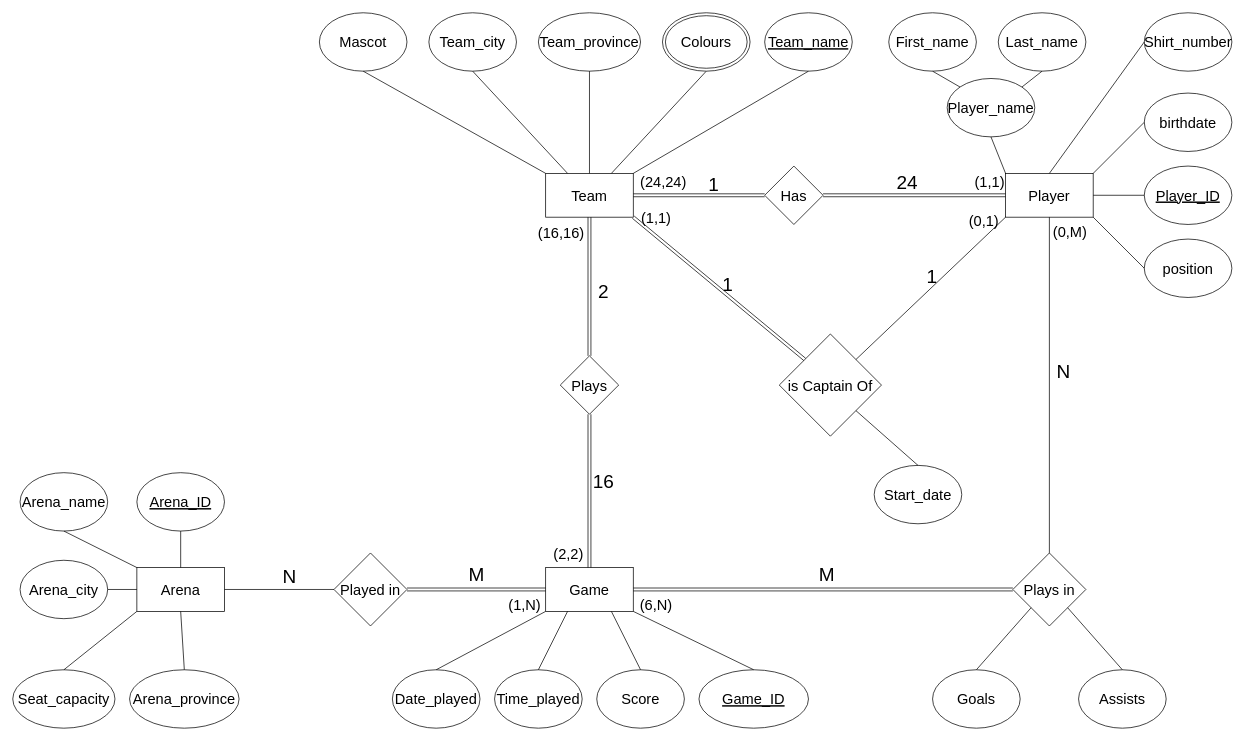
benjaminnamo/databases keeps this draw.io diagram as Untitled Diagram.drawio. Above is the earlier version. Source tidied: cells renumbered, new cells numbered last; positions are measured from the earlier drawing's top-left corner, leaving out a move shared by most shapes. Both pictures are drawn from the tidied source at 73%, with x=0, y=0 at pixel (12, 12).
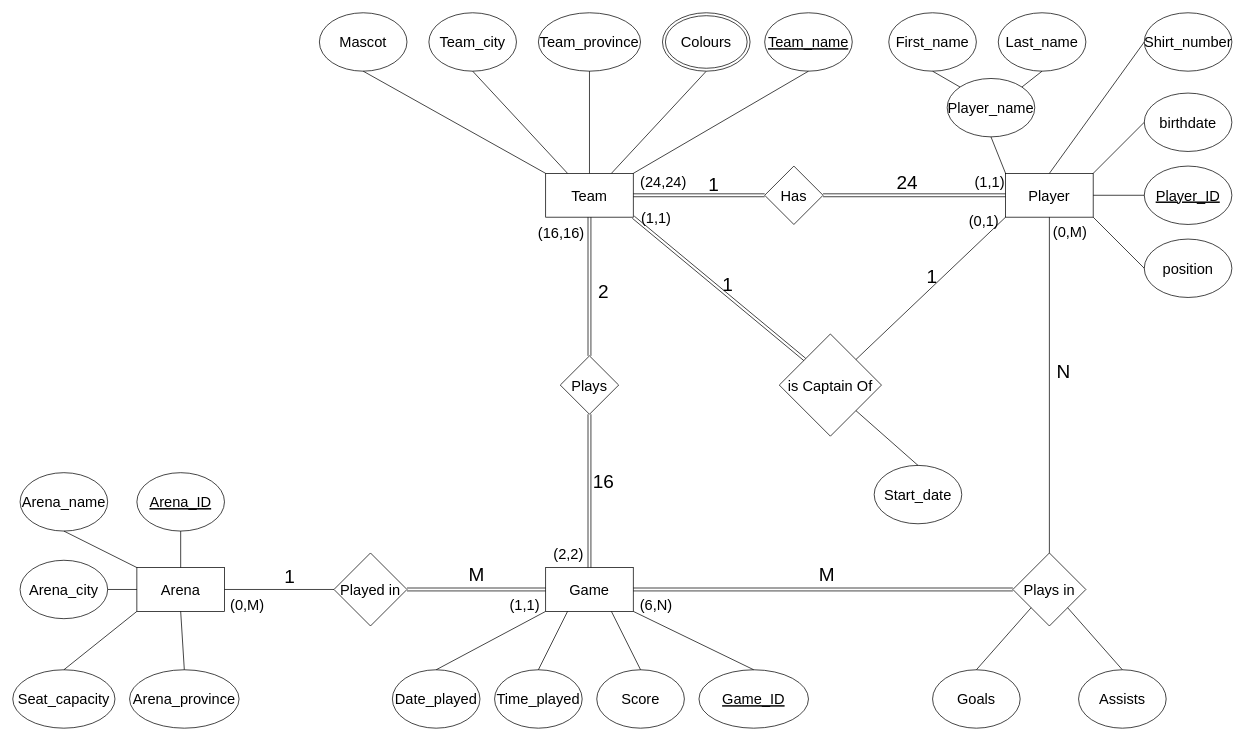
The same diagram, later.

Diff of the diagram source:
```diff
@@
-    <mxCell id="71" value="&lt;font style=&quot;font-size: 20px;&quot;&gt;(1,N)&lt;/font&gt;" style="edgeLabel;html=1;align=center;verticalAlign=middle;labelBackgroundColor=none;" parent="1" vertex="1">
-      <mxGeometry x="700" y="810" as="geometry" />
+    <mxCell id="71" value="&lt;font style=&quot;font-size: 20px;&quot;&gt;(0,M)&lt;/font&gt;" style="edgeLabel;html=1;align=center;verticalAlign=middle;labelBackgroundColor=none;" parent="1" vertex="1">
+      <mxGeometry x="320" y="810" as="geometry" />
     </mxCell>
@@
-    <mxCell id="76" value="&lt;span style=&quot;font-size: 26px;&quot;&gt;N&lt;/span&gt;" style="edgeLabel;html=1;align=center;verticalAlign=middle;labelBackgroundColor=none;" parent="1" vertex="1">
+    <mxCell id="76" value="&lt;span style=&quot;font-size: 26px;&quot;&gt;1&lt;/span&gt;" style="edgeLabel;html=1;align=center;verticalAlign=middle;labelBackgroundColor=none;" parent="1" vertex="1">
       <mxGeometry x="390" y="790" as="geometry">
         <mxPoint x="-12" y="-19" as="offset" />
       </mxGeometry>
     </mxCell>
@@
+    <mxCell id="88" value="&lt;font style=&quot;font-size: 20px;&quot;&gt;(1,1)&lt;/font&gt;" style="edgeLabel;html=1;align=center;verticalAlign=middle;labelBackgroundColor=none;" parent="1" vertex="1">
+      <mxGeometry x="700" y="810" as="geometry" />
+    </mxCell>
```
